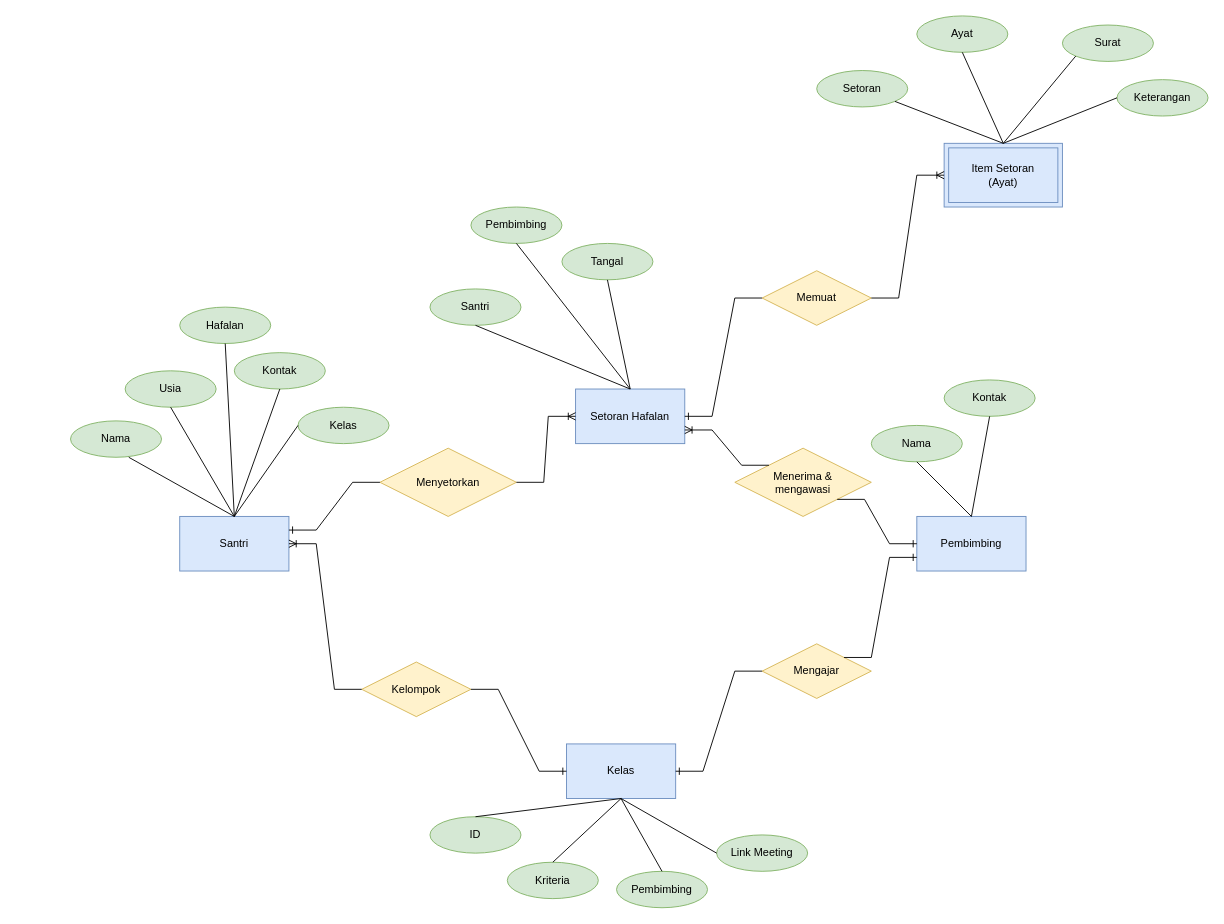
Above: Pertemuan2/Pertemuan2.drawio in nentinur/IF214002 (draw.io), before the change. Source tidied: cells renumbered, new cells numbered last; positions are measured from the earlier drawing's top-left corner, leaving out a move shared by most shapes. Both pictures are drawn from the tidied source at 91%, with x=0, y=0 at pixel (70, 15).
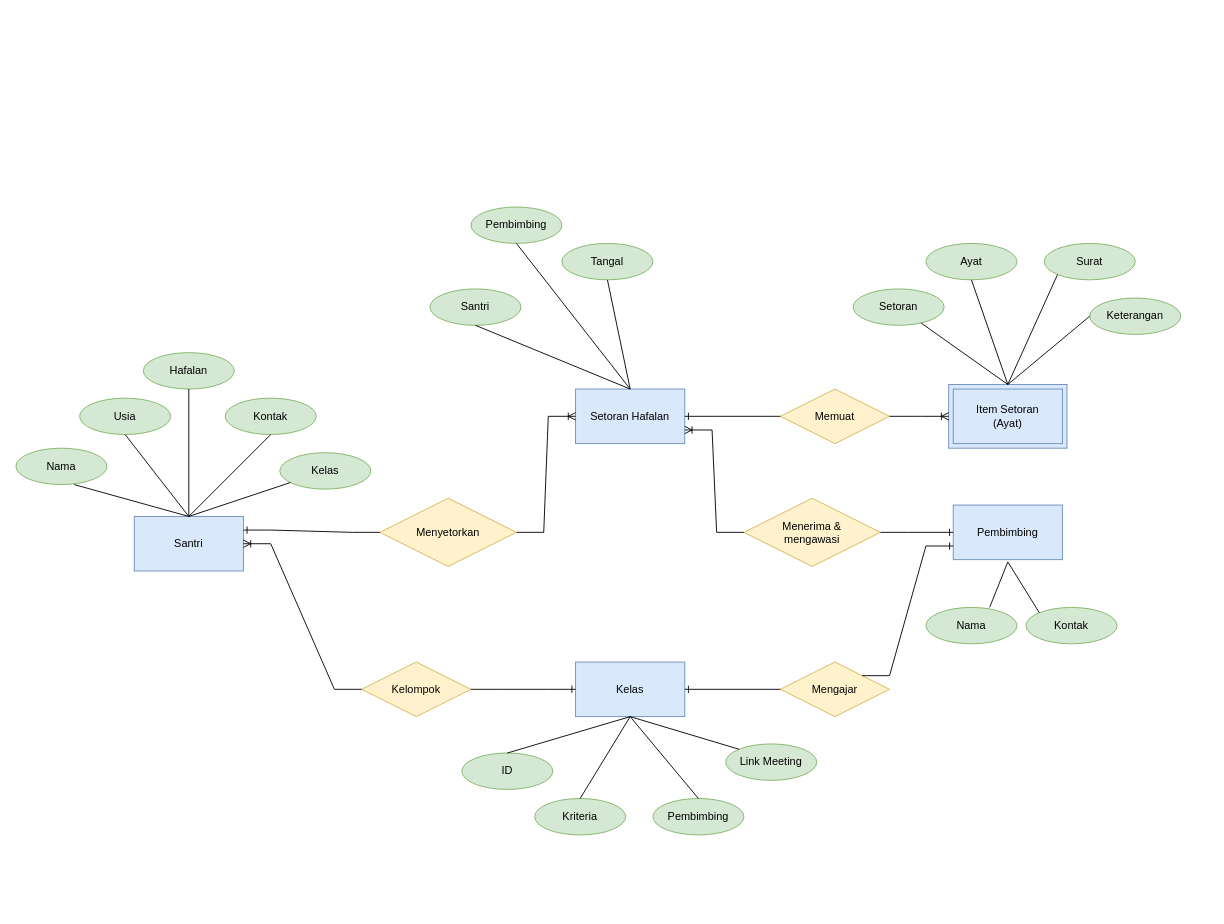
Above is the later version.

Unchanged cells that the change refers to:
```xml
<mxCell id="21" value="Setoran Hafalan" style="rounded=0;whiteSpace=wrap;html=1;fillColor=#dae8fc;strokeColor=#6c8ebf;" parent="1" vertex="1">
  <mxGeometry x="555" y="410" width="120" height="60" as="geometry" />
</mxCell>
```

The edit, as a diff of the source:
```diff
@@
     <mxCell id="2" value="Santri" style="rounded=0;whiteSpace=wrap;html=1;fillColor=#dae8fc;strokeColor=#6c8ebf;" parent="1" vertex="1">
-      <mxGeometry x="120" y="550" width="120" height="60" as="geometry" />
+      <mxGeometry x="70" y="550" width="120" height="60" as="geometry" />
     </mxCell>
     <mxCell id="3" value="Nama" style="ellipse;whiteSpace=wrap;html=1;align=center;fillColor=#d5e8d4;strokeColor=#82b366;" parent="1" vertex="1">
-      <mxGeometry y="445" width="100" height="40" as="geometry" />
+      <mxGeometry x="-60" y="475" width="100" height="40" as="geometry" />
     </mxCell>
     <mxCell id="4" value="Usia" style="ellipse;whiteSpace=wrap;html=1;align=center;fillColor=#d5e8d4;strokeColor=#82b366;" parent="1" vertex="1">
-      <mxGeometry x="60" y="390" width="100" height="40" as="geometry" />
+      <mxGeometry x="10" y="420" width="100" height="40" as="geometry" />
     </mxCell>
     <mxCell id="5" value="Kontak" style="ellipse;whiteSpace=wrap;html=1;align=center;fillColor=#d5e8d4;strokeColor=#82b366;" parent="1" vertex="1">
-      <mxGeometry x="180" y="370" width="100" height="40" as="geometry" />
+      <mxGeometry x="170" y="420" width="100" height="40" as="geometry" />
     </mxCell>
     <mxCell id="6" value="Hafalan" style="ellipse;whiteSpace=wrap;html=1;align=center;fillColor=#d5e8d4;strokeColor=#82b366;" parent="1" vertex="1">
-      <mxGeometry x="120" y="320" width="100" height="40" as="geometry" />
+      <mxGeometry x="80" y="370" width="100" height="40" as="geometry" />
     </mxCell>
@@
     <mxCell id="11" value="Pembimbing" style="rounded=0;whiteSpace=wrap;html=1;fillColor=#dae8fc;strokeColor=#6c8ebf;" parent="1" vertex="1">
-      <mxGeometry x="930" y="550" width="120" height="60" as="geometry" />
+      <mxGeometry x="970" y="537.5" width="120" height="60" as="geometry" />
     </mxCell>
     <mxCell id="12" value="Kelas" style="rounded=0;whiteSpace=wrap;html=1;fillColor=#dae8fc;strokeColor=#6c8ebf;" parent="1" vertex="1">
-      <mxGeometry x="545" y="800" width="120" height="60" as="geometry" />
+      <mxGeometry x="555" y="710" width="120" height="60" as="geometry" />
     </mxCell>
     <mxCell id="13" value="ID" style="ellipse;whiteSpace=wrap;html=1;align=center;fillColor=#d5e8d4;strokeColor=#82b366;" parent="1" vertex="1">
-      <mxGeometry x="395" y="880" width="100" height="40" as="geometry" />
+      <mxGeometry x="430" y="810" width="100" height="40" as="geometry" />
     </mxCell>
@@
     <mxCell id="15" value="Nama" style="ellipse;whiteSpace=wrap;html=1;align=center;fillColor=#d5e8d4;strokeColor=#82b366;" parent="1" vertex="1">
-      <mxGeometry x="880" y="450" width="100" height="40" as="geometry" />
+      <mxGeometry x="940" y="650" width="100" height="40" as="geometry" />
     </mxCell>
-    <mxCell id="16" style="endArrow=none;html=1;rounded=0;exitX=0.5;exitY=0;exitDx=0;exitDy=0;entryX=0.5;entryY=1;entryDx=0;entryDy=0;" parent="1" edge="1" source="11" target="15">
-      <mxGeometry relative="1" as="geometry" />
+    <mxCell id="16" style="endArrow=none;html=1;rounded=0;" parent="1" edge="1">
+      <mxGeometry relative="1" as="geometry">
+        <mxPoint x="1030" y="600" as="sourcePoint" />
+        <mxPoint x="1010" y="650" as="targetPoint" />
+      </mxGeometry>
     </mxCell>
     <mxCell id="17" value="Kontak" style="ellipse;whiteSpace=wrap;html=1;align=center;fillColor=#d5e8d4;strokeColor=#82b366;" parent="1" vertex="1">
-      <mxGeometry x="960" y="400" width="100" height="40" as="geometry" />
+      <mxGeometry x="1050" y="650" width="100" height="40" as="geometry" />
     </mxCell>
-    <mxCell id="18" style="endArrow=none;html=1;rounded=0;exitX=0.5;exitY=0;exitDx=0;exitDy=0;entryX=0.5;entryY=1;entryDx=0;entryDy=0;" parent="1" edge="1" source="11" target="17">
-      <mxGeometry relative="1" as="geometry" />
+    <mxCell id="18" style="endArrow=none;html=1;rounded=0;entryX=0;entryY=0;entryDx=0;entryDy=0;" parent="1" edge="1" target="17">
+      <mxGeometry relative="1" as="geometry">
+        <mxPoint x="1030" y="600" as="sourcePoint" />
+      </mxGeometry>
     </mxCell>
     <mxCell id="19" value="Mengajar" style="shape=rhombus;perimeter=rhombusPerimeter;whiteSpace=wrap;html=1;align=center;fillColor=#fff2cc;strokeColor=#d6b656;" parent="1" vertex="1">
-      <mxGeometry x="760" y="690" width="120" height="60" as="geometry" />
+      <mxGeometry x="780" y="710" width="120" height="60" as="geometry" />
     </mxCell>
@@
     <mxCell id="25" value="&lt;div&gt;Item Setoran&lt;/div&gt;&lt;div&gt;(Ayat)&lt;/div&gt;" style="shape=ext;margin=3;double=1;whiteSpace=wrap;html=1;align=center;fillColor=#dae8fc;strokeColor=#6c8ebf;" parent="1" vertex="1">
-      <mxGeometry x="960" y="140" width="130" height="70" as="geometry" />
+      <mxGeometry x="965" y="405" width="130" height="70" as="geometry" />
     </mxCell>
     <mxCell id="26" value="Memuat" style="shape=rhombus;perimeter=rhombusPerimeter;whiteSpace=wrap;html=1;align=center;fillColor=#fff2cc;strokeColor=#d6b656;" parent="1" vertex="1">
-      <mxGeometry x="760" y="280" width="120" height="60" as="geometry" />
+      <mxGeometry x="780" y="410" width="120" height="60" as="geometry" />
     </mxCell>
     <mxCell id="27" value="Ayat" style="ellipse;whiteSpace=wrap;html=1;align=center;fillColor=#d5e8d4;strokeColor=#82b366;" parent="1" vertex="1">
-      <mxGeometry x="930" width="100" height="40" as="geometry" />
+      <mxGeometry x="940" y="250" width="100" height="40" as="geometry" />
     </mxCell>
     <mxCell id="28" value="Surat" style="ellipse;whiteSpace=wrap;html=1;align=center;fillColor=#d5e8d4;strokeColor=#82b366;" parent="1" vertex="1">
-      <mxGeometry x="1090" y="10" width="100" height="40" as="geometry" />
+      <mxGeometry x="1070" y="250" width="100" height="40" as="geometry" />
     </mxCell>
@@
     <mxCell id="32" value="Keterangan" style="ellipse;whiteSpace=wrap;html=1;align=center;fillColor=#d5e8d4;strokeColor=#82b366;" parent="1" vertex="1">
-      <mxGeometry x="1150" y="70" width="100" height="40" as="geometry" />
+      <mxGeometry x="1120" y="310" width="100" height="40" as="geometry" />
     </mxCell>
     <mxCell id="33" value="Setoran" style="ellipse;whiteSpace=wrap;html=1;align=center;fillColor=#d5e8d4;strokeColor=#82b366;" parent="1" vertex="1">
-      <mxGeometry x="820" y="60" width="100" height="40" as="geometry" />
+      <mxGeometry x="860" y="300" width="100" height="40" as="geometry" />
     </mxCell>
@@
     <mxCell id="38" value="&lt;div&gt;Menerima &amp;amp; &lt;br&gt;&lt;/div&gt;&lt;div&gt;mengawasi&lt;/div&gt;" style="shape=rhombus;perimeter=rhombusPerimeter;whiteSpace=wrap;html=1;align=center;fillColor=#fff2cc;strokeColor=#d6b656;" parent="1" vertex="1">
-      <mxGeometry x="730" y="475" width="150" height="75" as="geometry" />
+      <mxGeometry x="740" y="530" width="150" height="75" as="geometry" />
     </mxCell>
     <mxCell id="39" value="Menyetorkan" style="shape=rhombus;perimeter=rhombusPerimeter;whiteSpace=wrap;html=1;align=center;fillColor=#fff2cc;strokeColor=#d6b656;" parent="1" vertex="1">
-      <mxGeometry x="340" y="475" width="150" height="75" as="geometry" />
+      <mxGeometry x="340" y="530" width="150" height="75" as="geometry" />
     </mxCell>
     <mxCell id="40" value="Kriteria" style="ellipse;whiteSpace=wrap;html=1;align=center;fillColor=#d5e8d4;strokeColor=#82b366;" parent="1" vertex="1">
-      <mxGeometry x="480" y="930" width="100" height="40" as="geometry" />
+      <mxGeometry x="510" y="860" width="100" height="40" as="geometry" />
     </mxCell>
@@
     <mxCell id="42" value="Kelas" style="ellipse;whiteSpace=wrap;html=1;align=center;fillColor=#d5e8d4;strokeColor=#82b366;" parent="1" vertex="1">
-      <mxGeometry x="250" y="430" width="100" height="40" as="geometry" />
+      <mxGeometry x="230" y="480" width="100" height="40" as="geometry" />
     </mxCell>
-    <mxCell id="43" style="endArrow=none;html=1;rounded=0;exitX=0.5;exitY=0;exitDx=0;exitDy=0;entryX=0;entryY=0.5;entryDx=0;entryDy=0;" parent="1" edge="1" source="2" target="42">
+    <mxCell id="43" style="endArrow=none;html=1;rounded=0;exitX=0.5;exitY=0;exitDx=0;exitDy=0;" parent="1" edge="1" source="2" target="42">
       <mxGeometry relative="1" as="geometry" />
     </mxCell>
     <mxCell id="44" value="Pembimbing" style="ellipse;whiteSpace=wrap;html=1;align=center;fillColor=#d5e8d4;strokeColor=#82b366;" parent="1" vertex="1">
-      <mxGeometry x="600" y="940" width="100" height="40" as="geometry" />
+      <mxGeometry x="640" y="860" width="100" height="40" as="geometry" />
     </mxCell>
@@
     <mxCell id="46" value="Link Meeting" style="ellipse;whiteSpace=wrap;html=1;align=center;fillColor=#d5e8d4;strokeColor=#82b366;" parent="1" vertex="1">
-      <mxGeometry x="710" y="900" width="100" height="40" as="geometry" />
+      <mxGeometry x="720" y="800" width="100" height="40" as="geometry" />
     </mxCell>
-    <mxCell id="47" style="endArrow=none;html=1;rounded=0;entryX=0;entryY=0.5;entryDx=0;entryDy=0;exitX=0.5;exitY=1;exitDx=0;exitDy=0;" parent="1" edge="1" source="12" target="46">
+    <mxCell id="47" style="endArrow=none;html=1;rounded=0;entryX=0;entryY=0;entryDx=0;entryDy=0;exitX=0.5;exitY=1;exitDx=0;exitDy=0;" parent="1" edge="1" source="12" target="46">
       <mxGeometry relative="1" as="geometry" />
     </mxCell>
@@
-    <mxCell id="54" style="edgeStyle=entityRelationEdgeStyle;fontSize=12;html=1;endArrow=ERone;endFill=1;rounded=0;entryX=0;entryY=0.5;entryDx=0;entryDy=0;exitX=1;exitY=1;exitDx=0;exitDy=0;" parent="1" edge="1" source="38" target="11">
+    <mxCell id="54" style="edgeStyle=entityRelationEdgeStyle;fontSize=12;html=1;endArrow=ERone;endFill=1;rounded=0;entryX=0;entryY=0.5;entryDx=0;entryDy=0;exitX=1;exitY=0.5;exitDx=0;exitDy=0;" parent="1" edge="1" source="38" target="11">
       <mxGeometry relative="1" as="geometry" />
     </mxCell>
-    <mxCell id="55" style="edgeStyle=entityRelationEdgeStyle;fontSize=12;html=1;endArrow=ERoneToMany;rounded=0;entryX=1;entryY=0.75;entryDx=0;entryDy=0;exitX=0;exitY=0;exitDx=0;exitDy=0;" parent="1" edge="1" source="38" target="21">
+    <mxCell id="55" style="edgeStyle=entityRelationEdgeStyle;fontSize=12;html=1;endArrow=ERoneToMany;rounded=0;entryX=1;entryY=0.75;entryDx=0;entryDy=0;exitX=0;exitY=0.5;exitDx=0;exitDy=0;" parent="1" edge="1" source="38" target="21">
       <mxGeometry relative="1" as="geometry" />
     </mxCell>
```
